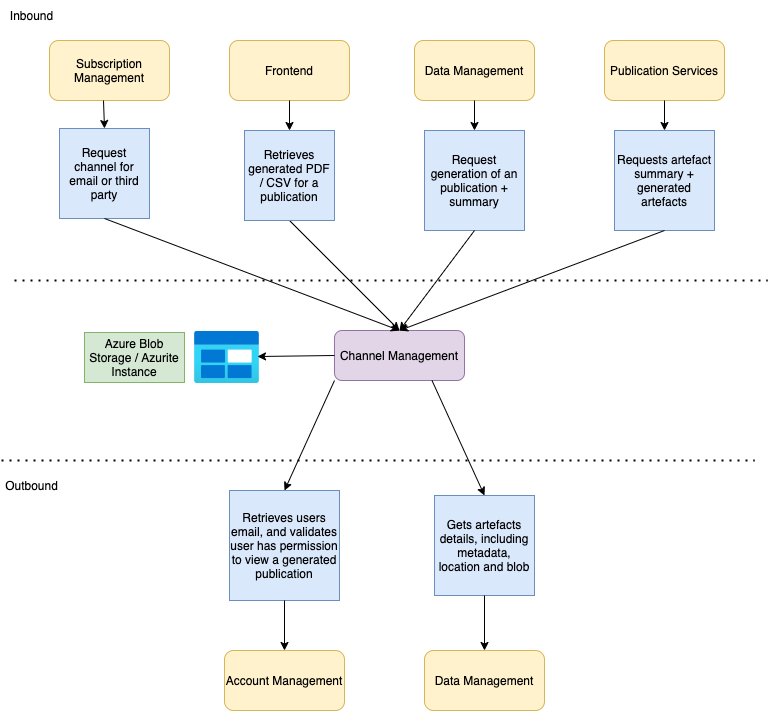
Earlier version of the draw.io export channel-man-arch.png (hmcts/pip-channel-management). Source tidied: cells renumbered, new cells last; positions are measured from the earlier drawing's top-left corner, leaving out a move shared by most shapes. Its diagram source:
```xml
<mxGraphModel>
  <root>
    <mxCell id="0" />
    <mxCell id="1" parent="0" />
    <mxCell id="2" value="Channel Management" style="rounded=1;whiteSpace=wrap;html=1;fillColor=#e1d5e7;strokeColor=#9673a6;" parent="1" vertex="1">
      <mxGeometry x="333" y="330" width="130" height="50" as="geometry" />
    </mxCell>
    <mxCell id="3" style="html=1;points=[];align=center;image;fontSize=12;image=img/lib/azure2/general/Blob_Block.svg;" parent="1" vertex="1">
      <mxGeometry x="193" y="331" width="65" height="52" as="geometry" />
    </mxCell>
    <mxCell id="4" value="Azure Blob Storage / Azurite Instance" style="rounded=0;whiteSpace=wrap;html=1;fillColor=#d5e8d4;strokeColor=#82b366;" parent="1" vertex="1">
      <mxGeometry x="83" y="332" width="100" height="50" as="geometry" />
    </mxCell>
    <mxCell id="5" value="Frontend" style="rounded=1;whiteSpace=wrap;html=1;fillColor=#fff2cc;strokeColor=#d6b656;" parent="1" vertex="1">
      <mxGeometry x="228" y="40" width="120" height="60" as="geometry" />
    </mxCell>
    <mxCell id="6" style="endArrow=classic;html=1;rounded=0;exitX=0.5;exitY=1;exitDx=0;exitDy=0;entryX=0.5;entryY=0;entryDx=0;entryDy=0;" parent="1" edge="1" source="7" target="2">
      <mxGeometry relative="1" as="geometry" />
    </mxCell>
    <mxCell id="7" value="Retrieves generated PDF / CSV for a publication" style="whiteSpace=wrap;html=1;fillColor=#dae8fc;strokeColor=#6c8ebf;" parent="1" vertex="1">
      <mxGeometry x="243" y="130" width="90" height="90" as="geometry" />
    </mxCell>
    <mxCell id="8" style="endArrow=classic;html=1;rounded=0;exitX=0.5;exitY=1;exitDx=0;exitDy=0;entryX=0.5;entryY=0;entryDx=0;entryDy=0;" parent="1" edge="1" source="5" target="7">
      <mxGeometry relative="1" as="geometry" />
    </mxCell>
    <mxCell id="9" value="Account Management" style="rounded=1;whiteSpace=wrap;html=1;fillColor=#fff2cc;strokeColor=#d6b656;" parent="1" vertex="1">
      <mxGeometry x="223" y="650" width="120" height="60" as="geometry" />
    </mxCell>
    <mxCell id="10" value="Data Management" style="rounded=1;whiteSpace=wrap;html=1;fillColor=#fff2cc;strokeColor=#d6b656;" parent="1" vertex="1">
      <mxGeometry x="423" y="650" width="120" height="60" as="geometry" />
    </mxCell>
    <mxCell id="11" value="Retrieves users email, and validates user has permission to view a generated publication" style="whiteSpace=wrap;html=1;fillColor=#dae8fc;strokeColor=#6c8ebf;" parent="1" vertex="1">
      <mxGeometry x="228" y="490" width="110" height="110" as="geometry" />
    </mxCell>
    <mxCell id="12" value="Gets artefacts details, including metadata, location and blob" style="whiteSpace=wrap;html=1;fillColor=#dae8fc;strokeColor=#6c8ebf;" parent="1" vertex="1">
      <mxGeometry x="433" y="495" width="100" height="100" as="geometry" />
    </mxCell>
    <mxCell id="13" style="endArrow=classic;html=1;rounded=0;exitX=0;exitY=1;exitDx=0;exitDy=0;entryX=0.5;entryY=0;entryDx=0;entryDy=0;" parent="1" edge="1" source="2" target="11">
      <mxGeometry relative="1" as="geometry" />
    </mxCell>
    <mxCell id="14" style="endArrow=classic;html=1;rounded=0;exitX=0.5;exitY=1;exitDx=0;exitDy=0;entryX=0.5;entryY=0;entryDx=0;entryDy=0;" parent="1" edge="1" source="11" target="9">
      <mxGeometry relative="1" as="geometry" />
    </mxCell>
    <mxCell id="15" style="endArrow=classic;html=1;rounded=0;exitX=0.5;exitY=1;exitDx=0;exitDy=0;entryX=0.5;entryY=0;entryDx=0;entryDy=0;" parent="1" edge="1" source="12" target="10">
      <mxGeometry relative="1" as="geometry" />
    </mxCell>
    <mxCell id="16" style="endArrow=classic;html=1;rounded=0;exitX=0.75;exitY=1;exitDx=0;exitDy=0;entryX=0.5;entryY=0;entryDx=0;entryDy=0;" parent="1" edge="1" source="2" target="12">
      <mxGeometry relative="1" as="geometry" />
    </mxCell>
    <mxCell id="17" value="Data Management" style="rounded=1;whiteSpace=wrap;html=1;fillColor=#fff2cc;strokeColor=#d6b656;" parent="1" vertex="1">
      <mxGeometry x="413" y="40" width="120" height="60" as="geometry" />
    </mxCell>
    <mxCell id="18" value="Request generation of an publication + summary" style="whiteSpace=wrap;html=1;fillColor=#dae8fc;strokeColor=#6c8ebf;" parent="1" vertex="1">
      <mxGeometry x="423" y="130" width="100" height="100" as="geometry" />
    </mxCell>
    <mxCell id="19" style="endArrow=classic;html=1;rounded=0;exitX=0.5;exitY=1;exitDx=0;exitDy=0;entryX=0.5;entryY=0;entryDx=0;entryDy=0;" parent="1" edge="1" source="18" target="2">
      <mxGeometry relative="1" as="geometry" />
    </mxCell>
    <mxCell id="20" style="endArrow=classic;html=1;rounded=0;exitX=0.5;exitY=1;exitDx=0;exitDy=0;entryX=0.5;entryY=0;entryDx=0;entryDy=0;" parent="1" edge="1" source="17" target="18">
      <mxGeometry relative="1" as="geometry" />
    </mxCell>
    <mxCell id="21" style="endArrow=classic;html=1;rounded=0;exitX=0;exitY=0.5;exitDx=0;exitDy=0;entryX=0.969;entryY=0.481;entryDx=0;entryDy=0;entryPerimeter=0;" parent="1" edge="1" source="2" target="3">
      <mxGeometry relative="1" as="geometry" />
    </mxCell>
    <mxCell id="22" value="Subscription Management" style="rounded=1;whiteSpace=wrap;html=1;fillColor=#fff2cc;strokeColor=#d6b656;" parent="1" vertex="1">
      <mxGeometry x="48" y="40" width="120" height="60" as="geometry" />
    </mxCell>
    <mxCell id="23" value="Request channel for email or third party" style="whiteSpace=wrap;html=1;fillColor=#dae8fc;strokeColor=#6c8ebf;" parent="1" vertex="1">
      <mxGeometry x="58" y="128" width="90" height="90" as="geometry" />
    </mxCell>
    <mxCell id="24" style="endArrow=classic;html=1;rounded=0;exitX=0.45;exitY=1;exitDx=0;exitDy=0;exitPerimeter=0;entryX=0.5;entryY=0;entryDx=0;entryDy=0;" parent="1" edge="1" source="22" target="23">
      <mxGeometry relative="1" as="geometry" />
    </mxCell>
    <mxCell id="25" style="endArrow=classic;html=1;rounded=0;exitX=0.5;exitY=1;exitDx=0;exitDy=0;entryX=0.5;entryY=0;entryDx=0;entryDy=0;" parent="1" edge="1" source="23" target="2">
      <mxGeometry relative="1" as="geometry" />
    </mxCell>
    <mxCell id="26" value="Publication Services" style="rounded=1;whiteSpace=wrap;html=1;fillColor=#fff2cc;strokeColor=#d6b656;" parent="1" vertex="1">
      <mxGeometry x="603" y="40" width="120" height="60" as="geometry" />
    </mxCell>
    <mxCell id="27" value="Requests artefact summary + generated artefacts" style="whiteSpace=wrap;html=1;fillColor=#dae8fc;strokeColor=#6c8ebf;" parent="1" vertex="1">
      <mxGeometry x="613" y="130" width="100" height="100" as="geometry" />
    </mxCell>
    <mxCell id="28" style="endArrow=classic;html=1;rounded=0;exitX=0.5;exitY=1;exitDx=0;exitDy=0;entryX=0.5;entryY=0;entryDx=0;entryDy=0;" parent="1" edge="1" source="26" target="27">
      <mxGeometry relative="1" as="geometry" />
    </mxCell>
    <mxCell id="29" style="endArrow=classic;html=1;rounded=0;exitX=0.5;exitY=1;exitDx=0;exitDy=0;entryX=0.5;entryY=0;entryDx=0;entryDy=0;" parent="1" edge="1" source="27" target="2">
      <mxGeometry relative="1" as="geometry" />
    </mxCell>
    <mxCell id="30" style="endArrow=none;dashed=1;html=1;dashPattern=1 3;strokeWidth=2;rounded=0;" parent="1" edge="1">
      <mxGeometry relative="1" as="geometry">
        <mxPoint x="13" y="280" as="sourcePoint" />
        <mxPoint x="766" y="280" as="targetPoint" />
      </mxGeometry>
    </mxCell>
    <mxCell id="31" style="endArrow=none;dashed=1;html=1;dashPattern=1 3;strokeWidth=2;rounded=0;" parent="1" edge="1">
      <mxGeometry relative="1" as="geometry">
        <mxPoint y="460" as="sourcePoint" />
        <mxPoint x="753" y="460" as="targetPoint" />
      </mxGeometry>
    </mxCell>
    <mxCell id="32" value="Outbound" style="text;html=1;strokeColor=none;fillColor=none;align=center;verticalAlign=middle;whiteSpace=wrap;rounded=0;" parent="1" vertex="1">
      <mxGeometry x="3" y="470" width="55" height="30" as="geometry" />
    </mxCell>
    <mxCell id="33" value="Inbound" style="text;html=1;strokeColor=none;fillColor=none;align=center;verticalAlign=middle;whiteSpace=wrap;rounded=0;" parent="1" vertex="1">
      <mxGeometry x="3" width="55" height="30" as="geometry" />
    </mxCell>
  </root>
</mxGraphModel>
```
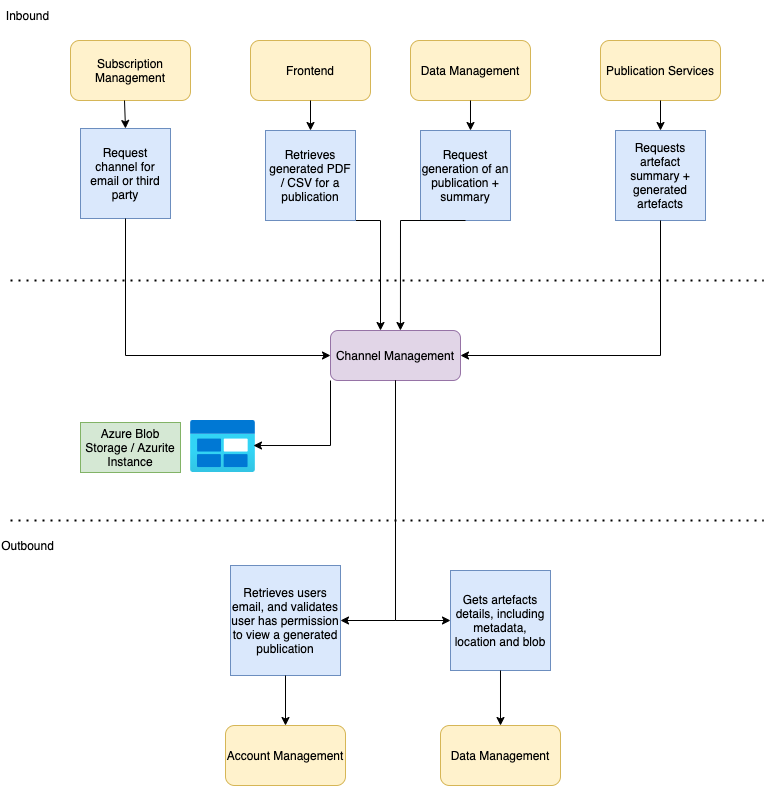
After the change.

Commit message:
PUB-1915 - Fixed comments

The edit, as a diff of the source:
```diff
@@ -6,85 +6,102 @@
       <mxGeometry x="333" y="330" width="130" height="50" as="geometry" />
     </mxCell>
     <mxCell id="3" style="html=1;points=[];align=center;image;fontSize=12;image=img/lib/azure2/general/Blob_Block.svg;" parent="1" vertex="1">
-      <mxGeometry x="193" y="331" width="65" height="52" as="geometry" />
+      <mxGeometry x="193" y="420" width="65" height="52" as="geometry" />
     </mxCell>
     <mxCell id="4" value="Azure Blob Storage / Azurite Instance" style="rounded=0;whiteSpace=wrap;html=1;fillColor=#d5e8d4;strokeColor=#82b366;" parent="1" vertex="1">
-      <mxGeometry x="83" y="332" width="100" height="50" as="geometry" />
+      <mxGeometry x="83" y="422" width="100" height="50" as="geometry" />
     </mxCell>
     <mxCell id="5" value="Frontend" style="rounded=1;whiteSpace=wrap;html=1;fillColor=#fff2cc;strokeColor=#d6b656;" parent="1" vertex="1">
-      <mxGeometry x="228" y="40" width="120" height="60" as="geometry" />
+      <mxGeometry x="253" y="40" width="120" height="60" as="geometry" />
     </mxCell>
-    <mxCell id="6" style="endArrow=classic;html=1;rounded=0;exitX=0.5;exitY=1;exitDx=0;exitDy=0;entryX=0.5;entryY=0;entryDx=0;entryDy=0;" parent="1" edge="1" source="7" target="2">
-      <mxGeometry relative="1" as="geometry" />
+    <mxCell id="6" style="endArrow=classic;html=1;rounded=0;exitX=0.5;exitY=1;exitDx=0;exitDy=0;" parent="1" edge="1" source="7">
+      <mxGeometry relative="1" as="geometry">
+        <mxPoint x="383" y="330" as="targetPoint" />
+        <Array as="points">
+          <mxPoint x="383" y="220" />
+        </Array>
+      </mxGeometry>
     </mxCell>
     <mxCell id="7" value="Retrieves generated PDF / CSV for a publication" style="whiteSpace=wrap;html=1;fillColor=#dae8fc;strokeColor=#6c8ebf;" parent="1" vertex="1">
-      <mxGeometry x="243" y="130" width="90" height="90" as="geometry" />
+      <mxGeometry x="268" y="130" width="90" height="90" as="geometry" />
     </mxCell>
     <mxCell id="8" style="endArrow=classic;html=1;rounded=0;exitX=0.5;exitY=1;exitDx=0;exitDy=0;entryX=0.5;entryY=0;entryDx=0;entryDy=0;" parent="1" edge="1" source="5" target="7">
       <mxGeometry relative="1" as="geometry" />
     </mxCell>
     <mxCell id="9" value="Account Management" style="rounded=1;whiteSpace=wrap;html=1;fillColor=#fff2cc;strokeColor=#d6b656;" parent="1" vertex="1">
-      <mxGeometry x="223" y="650" width="120" height="60" as="geometry" />
+      <mxGeometry x="228" y="725" width="120" height="60" as="geometry" />
     </mxCell>
     <mxCell id="10" value="Data Management" style="rounded=1;whiteSpace=wrap;html=1;fillColor=#fff2cc;strokeColor=#d6b656;" parent="1" vertex="1">
-      <mxGeometry x="423" y="650" width="120" height="60" as="geometry" />
+      <mxGeometry x="443" y="725" width="120" height="60" as="geometry" />
     </mxCell>
     <mxCell id="11" value="Retrieves users email, and validates user has permission to view a generated publication" style="whiteSpace=wrap;html=1;fillColor=#dae8fc;strokeColor=#6c8ebf;" parent="1" vertex="1">
-      <mxGeometry x="228" y="490" width="110" height="110" as="geometry" />
+      <mxGeometry x="233" y="565" width="110" height="110" as="geometry" />
     </mxCell>
     <mxCell id="12" value="Gets artefacts details, including metadata, location and blob" style="whiteSpace=wrap;html=1;fillColor=#dae8fc;strokeColor=#6c8ebf;" parent="1" vertex="1">
-      <mxGeometry x="433" y="495" width="100" height="100" as="geometry" />
+      <mxGeometry x="453" y="570" width="100" height="100" as="geometry" />
     </mxCell>
-    <mxCell id="13" style="endArrow=classic;html=1;rounded=0;exitX=0;exitY=1;exitDx=0;exitDy=0;entryX=0.5;entryY=0;entryDx=0;entryDy=0;" parent="1" edge="1" source="2" target="11">
-      <mxGeometry relative="1" as="geometry" />
-    </mxCell>
     <mxCell id="14" style="endArrow=classic;html=1;rounded=0;exitX=0.5;exitY=1;exitDx=0;exitDy=0;entryX=0.5;entryY=0;entryDx=0;entryDy=0;" parent="1" edge="1" source="11" target="9">
       <mxGeometry relative="1" as="geometry" />
     </mxCell>
     <mxCell id="15" style="endArrow=classic;html=1;rounded=0;exitX=0.5;exitY=1;exitDx=0;exitDy=0;entryX=0.5;entryY=0;entryDx=0;entryDy=0;" parent="1" edge="1" source="12" target="10">
       <mxGeometry relative="1" as="geometry" />
     </mxCell>
-    <mxCell id="16" style="endArrow=classic;html=1;rounded=0;exitX=0.75;exitY=1;exitDx=0;exitDy=0;entryX=0.5;entryY=0;entryDx=0;entryDy=0;" parent="1" edge="1" source="2" target="12">
-      <mxGeometry relative="1" as="geometry" />
-    </mxCell>
     <mxCell id="17" value="Data Management" style="rounded=1;whiteSpace=wrap;html=1;fillColor=#fff2cc;strokeColor=#d6b656;" parent="1" vertex="1">
       <mxGeometry x="413" y="40" width="120" height="60" as="geometry" />
     </mxCell>
     <mxCell id="18" value="Request generation of an publication + summary" style="whiteSpace=wrap;html=1;fillColor=#dae8fc;strokeColor=#6c8ebf;" parent="1" vertex="1">
-      <mxGeometry x="423" y="130" width="100" height="100" as="geometry" />
+      <mxGeometry x="423" y="130" width="90" height="90" as="geometry" />
     </mxCell>
-    <mxCell id="19" style="endArrow=classic;html=1;rounded=0;exitX=0.5;exitY=1;exitDx=0;exitDy=0;entryX=0.5;entryY=0;entryDx=0;entryDy=0;" parent="1" edge="1" source="18" target="2">
-      <mxGeometry relative="1" as="geometry" />
+    <mxCell id="19" style="endArrow=classic;html=1;rounded=0;exitX=0.5;exitY=1;exitDx=0;exitDy=0;entryX=0.538;entryY=0;entryDx=0;entryDy=0;entryPerimeter=0;" parent="1" edge="1" source="18" target="2">
+      <mxGeometry relative="1" as="geometry">
+        <Array as="points">
+          <mxPoint x="403" y="220" />
+        </Array>
+      </mxGeometry>
     </mxCell>
-    <mxCell id="20" style="endArrow=classic;html=1;rounded=0;exitX=0.5;exitY=1;exitDx=0;exitDy=0;entryX=0.5;entryY=0;entryDx=0;entryDy=0;" parent="1" edge="1" source="17" target="18">
-      <mxGeometry relative="1" as="geometry" />
+    <mxCell id="20" style="endArrow=classic;html=1;rounded=0;exitX=0.5;exitY=1;exitDx=0;exitDy=0;" parent="1" edge="1" source="17">
+      <mxGeometry relative="1" as="geometry">
+        <mxPoint x="473" y="130" as="targetPoint" />
+      </mxGeometry>
     </mxCell>
-    <mxCell id="21" style="endArrow=classic;html=1;rounded=0;exitX=0;exitY=0.5;exitDx=0;exitDy=0;entryX=0.969;entryY=0.481;entryDx=0;entryDy=0;entryPerimeter=0;" parent="1" edge="1" source="2" target="3">
-      <mxGeometry relative="1" as="geometry" />
+    <mxCell id="21" style="endArrow=classic;html=1;rounded=0;exitX=0;exitY=1;exitDx=0;exitDy=0;entryX=0.969;entryY=0.481;entryDx=0;entryDy=0;entryPerimeter=0;" parent="1" edge="1" source="2" target="3">
+      <mxGeometry relative="1" as="geometry">
+        <Array as="points">
+          <mxPoint x="333" y="445" />
+        </Array>
+      </mxGeometry>
     </mxCell>
     <mxCell id="22" value="Subscription Management" style="rounded=1;whiteSpace=wrap;html=1;fillColor=#fff2cc;strokeColor=#d6b656;" parent="1" vertex="1">
-      <mxGeometry x="48" y="40" width="120" height="60" as="geometry" />
+      <mxGeometry x="73" y="40" width="120" height="60" as="geometry" />
     </mxCell>
     <mxCell id="23" value="Request channel for email or third party" style="whiteSpace=wrap;html=1;fillColor=#dae8fc;strokeColor=#6c8ebf;" parent="1" vertex="1">
-      <mxGeometry x="58" y="128" width="90" height="90" as="geometry" />
+      <mxGeometry x="83" y="128" width="90" height="90" as="geometry" />
     </mxCell>
     <mxCell id="24" style="endArrow=classic;html=1;rounded=0;exitX=0.45;exitY=1;exitDx=0;exitDy=0;exitPerimeter=0;entryX=0.5;entryY=0;entryDx=0;entryDy=0;" parent="1" edge="1" source="22" target="23">
       <mxGeometry relative="1" as="geometry" />
     </mxCell>
-    <mxCell id="25" style="endArrow=classic;html=1;rounded=0;exitX=0.5;exitY=1;exitDx=0;exitDy=0;entryX=0.5;entryY=0;entryDx=0;entryDy=0;" parent="1" edge="1" source="23" target="2">
-      <mxGeometry relative="1" as="geometry" />
+    <mxCell id="25" style="endArrow=classic;html=1;rounded=0;exitX=0.5;exitY=1;exitDx=0;exitDy=0;entryX=0;entryY=0.5;entryDx=0;entryDy=0;" parent="1" edge="1" source="23" target="2">
+      <mxGeometry relative="1" as="geometry">
+        <Array as="points">
+          <mxPoint x="128" y="355" />
+        </Array>
+      </mxGeometry>
     </mxCell>
     <mxCell id="26" value="Publication Services" style="rounded=1;whiteSpace=wrap;html=1;fillColor=#fff2cc;strokeColor=#d6b656;" parent="1" vertex="1">
       <mxGeometry x="603" y="40" width="120" height="60" as="geometry" />
     </mxCell>
     <mxCell id="27" value="Requests artefact summary + generated artefacts" style="whiteSpace=wrap;html=1;fillColor=#dae8fc;strokeColor=#6c8ebf;" parent="1" vertex="1">
-      <mxGeometry x="613" y="130" width="100" height="100" as="geometry" />
+      <mxGeometry x="618" y="130" width="90" height="90" as="geometry" />
     </mxCell>
     <mxCell id="28" style="endArrow=classic;html=1;rounded=0;exitX=0.5;exitY=1;exitDx=0;exitDy=0;entryX=0.5;entryY=0;entryDx=0;entryDy=0;" parent="1" edge="1" source="26" target="27">
       <mxGeometry relative="1" as="geometry" />
     </mxCell>
-    <mxCell id="29" style="endArrow=classic;html=1;rounded=0;exitX=0.5;exitY=1;exitDx=0;exitDy=0;entryX=0.5;entryY=0;entryDx=0;entryDy=0;" parent="1" edge="1" source="27" target="2">
-      <mxGeometry relative="1" as="geometry" />
+    <mxCell id="29" style="endArrow=classic;html=1;rounded=0;exitX=0.5;exitY=1;exitDx=0;exitDy=0;entryX=1;entryY=0.5;entryDx=0;entryDy=0;" parent="1" edge="1" source="27" target="2">
+      <mxGeometry relative="1" as="geometry">
+        <Array as="points">
+          <mxPoint x="663" y="355" />
+        </Array>
+      </mxGeometry>
     </mxCell>
     <mxCell id="30" style="endArrow=none;dashed=1;html=1;dashPattern=1 3;strokeWidth=2;rounded=0;" parent="1" edge="1">
       <mxGeometry relative="1" as="geometry">
@@ -94,15 +111,29 @@
     </mxCell>
     <mxCell id="31" style="endArrow=none;dashed=1;html=1;dashPattern=1 3;strokeWidth=2;rounded=0;" parent="1" edge="1">
       <mxGeometry relative="1" as="geometry">
-        <mxPoint y="460" as="sourcePoint" />
-        <mxPoint x="753" y="460" as="targetPoint" />
+        <mxPoint x="13" y="520" as="sourcePoint" />
+        <mxPoint x="766" y="520" as="targetPoint" />
       </mxGeometry>
     </mxCell>
     <mxCell id="32" value="Outbound" style="text;html=1;strokeColor=none;fillColor=none;align=center;verticalAlign=middle;whiteSpace=wrap;rounded=0;" parent="1" vertex="1">
-      <mxGeometry x="3" y="470" width="55" height="30" as="geometry" />
+      <mxGeometry x="3" y="530" width="55" height="30" as="geometry" />
     </mxCell>
     <mxCell id="33" value="Inbound" style="text;html=1;strokeColor=none;fillColor=none;align=center;verticalAlign=middle;whiteSpace=wrap;rounded=0;" parent="1" vertex="1">
       <mxGeometry x="3" width="55" height="30" as="geometry" />
     </mxCell>
+    <mxCell id="16" style="endArrow=classic;html=1;rounded=0;exitX=0.5;exitY=1;exitDx=0;exitDy=0;entryX=0;entryY=0.5;entryDx=0;entryDy=0;" parent="1" edge="1" source="2" target="12">
+      <mxGeometry relative="1" as="geometry">
+        <Array as="points">
+          <mxPoint x="398" y="620" />
+        </Array>
+      </mxGeometry>
+    </mxCell>
+    <mxCell id="13" style="endArrow=classic;html=1;rounded=0;exitX=0.5;exitY=1;exitDx=0;exitDy=0;entryX=1;entryY=0.5;entryDx=0;entryDy=0;" parent="1" edge="1" source="2" target="11">
+      <mxGeometry relative="1" as="geometry">
+        <Array as="points">
+          <mxPoint x="398" y="620" />
+        </Array>
+      </mxGeometry>
+    </mxCell>
   </root>
 </mxGraphModel>
```
